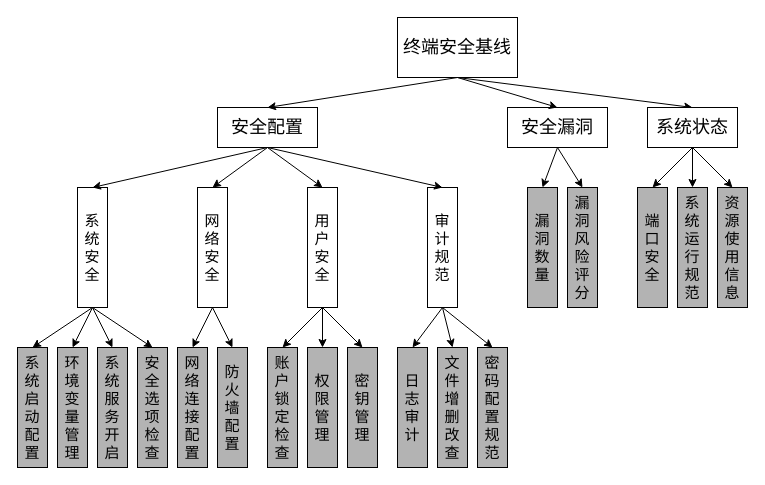
Above: testDirectory/可信属性层次关系图.drawio in Moose1273/- (draw.io), before the change. Source tidied: cells renumbered, new cells numbered last; positions are measured from the earlier drawing's top-left corner, leaving out a move shared by most shapes. Both pictures are drawn from the tidied source at 100%, with x=0, y=0 at pixel (17, 17).
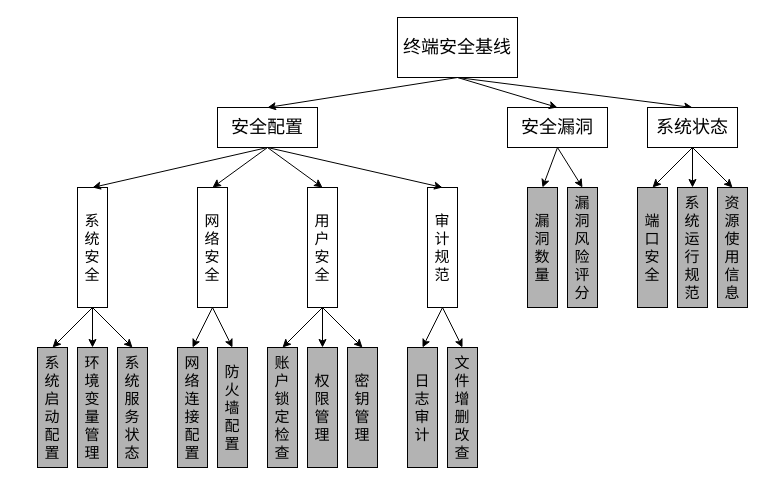
The same page after the edit.

Commit message:
更新可信属性层次关系图.drawio

The change refers to these unchanged cells:
```xml
<mxCell id="9" value="&lt;font style=&quot;font-size: 15px;&quot;&gt;系统安全&lt;/font&gt;" style="rounded=0;whiteSpace=wrap;html=1;" parent="1" vertex="1">
  <mxGeometry x="60" y="170" width="30" height="120" as="geometry" />
</mxCell>
<mxCell id="16" value="&lt;span style=&quot;font-size: 15px;&quot;&gt;审计规范&lt;/span&gt;" style="rounded=0;whiteSpace=wrap;html=1;fillColor=#FFFFFF;" parent="1" vertex="1">
  <mxGeometry x="410" y="170" width="30" height="120" as="geometry" />
</mxCell>
```

Change to the diagram source:
```diff
@@
     <mxCell id="17" value="&lt;font style=&quot;font-size: 15px;&quot;&gt;系统启动配置&lt;/font&gt;" style="rounded=0;whiteSpace=wrap;html=1;fillColor=#B3B3B3;" parent="1" vertex="1">
-      <mxGeometry y="330" width="30" height="120" as="geometry" />
+      <mxGeometry x="20" y="330" width="30" height="120" as="geometry" />
     </mxCell>
@@
     <mxCell id="26" value="&lt;font style=&quot;font-size: 15px;&quot;&gt;环境变量管理&lt;/font&gt;" style="rounded=0;whiteSpace=wrap;html=1;fillColor=#B3B3B3;" parent="1" vertex="1">
-      <mxGeometry x="40" y="330" width="30" height="120" as="geometry" />
+      <mxGeometry x="60" y="330" width="30" height="120" as="geometry" />
     </mxCell>
@@
-    <mxCell id="30" value="&lt;font style=&quot;font-size: 15px;&quot;&gt;系统服务开启&lt;/font&gt;" style="rounded=0;whiteSpace=wrap;html=1;fillColor=#B3B3B3;" parent="1" vertex="1">
-      <mxGeometry x="80" y="330" width="30" height="120" as="geometry" />
+    <mxCell id="30" value="&lt;font style=&quot;font-size: 15px;&quot;&gt;系统服务状态&lt;/font&gt;" style="rounded=0;whiteSpace=wrap;html=1;fillColor=#B3B3B3;" parent="1" vertex="1">
+      <mxGeometry x="100" y="330" width="30" height="120" as="geometry" />
     </mxCell>
@@
     <mxCell id="43" value="&lt;font style=&quot;font-size: 15px;&quot;&gt;日志审计&lt;/font&gt;" style="rounded=0;whiteSpace=wrap;html=1;fillColor=#B3B3B3;" parent="1" vertex="1">
-      <mxGeometry x="380" y="330" width="30" height="120" as="geometry" />
+      <mxGeometry x="390" y="330" width="30" height="120" as="geometry" />
     </mxCell>
     <mxCell id="44" value="&lt;font style=&quot;font-size: 15px;&quot;&gt;文件增删改查&lt;/font&gt;" style="rounded=0;whiteSpace=wrap;html=1;fillColor=#B3B3B3;" parent="1" vertex="1">
-      <mxGeometry x="420" y="330" width="30" height="120" as="geometry" />
+      <mxGeometry x="430" y="330" width="30" height="120" as="geometry" />
     </mxCell>
@@
-    <mxCell id="47" value="&lt;font style=&quot;font-size: 15px;&quot;&gt;密码配置规范&lt;/font&gt;" style="rounded=0;whiteSpace=wrap;html=1;fillColor=#B3B3B3;" parent="1" vertex="1">
-      <mxGeometry x="460" y="330" width="30" height="120" as="geometry" />
-    </mxCell>
-    <mxCell id="48" style="endArrow=classic;html=1;rounded=0;exitX=0.5;exitY=1;exitDx=0;exitDy=0;entryX=0.5;entryY=0;entryDx=0;entryDy=0;" parent="1" edge="1" source="16" target="47">
-      <mxGeometry relative="1" as="geometry" />
-    </mxCell>
-    <mxCell id="49" value="&lt;font style=&quot;font-size: 15px;&quot;&gt;安全选项检查&lt;/font&gt;" style="rounded=0;whiteSpace=wrap;html=1;fillColor=#B3B3B3;" parent="1" vertex="1">
-      <mxGeometry x="120" y="330" width="30" height="120" as="geometry" />
-    </mxCell>
-    <mxCell id="50" style="endArrow=classic;html=1;rounded=0;exitX=0.5;exitY=1;exitDx=0;exitDy=0;entryX=0.5;entryY=0;entryDx=0;entryDy=0;" parent="1" edge="1" source="9" target="49">
-      <mxGeometry relative="1" as="geometry" />
-    </mxCell>
```
